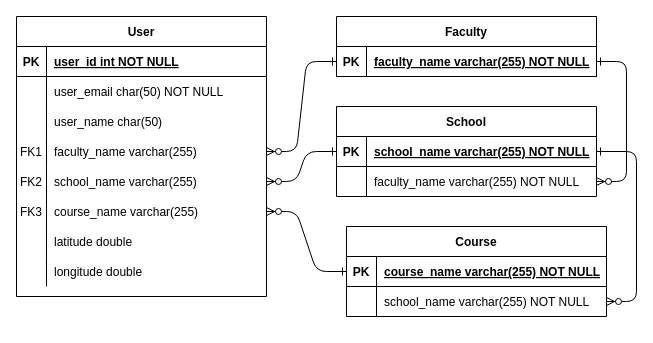
Before: page "Page-1" (1 of 2) of Graduation-Gathering/ERD.drawio in AdamMurray22/Graduation-Gathering, a draw.io diagram. Source tidied: cells renumbered, new cells numbered last; positions are measured from the earlier drawing's top-left corner, leaving out a move shared by most shapes. Both pictures are drawn from the tidied source at 100%, with x=0, y=0 at pixel (16, 16).
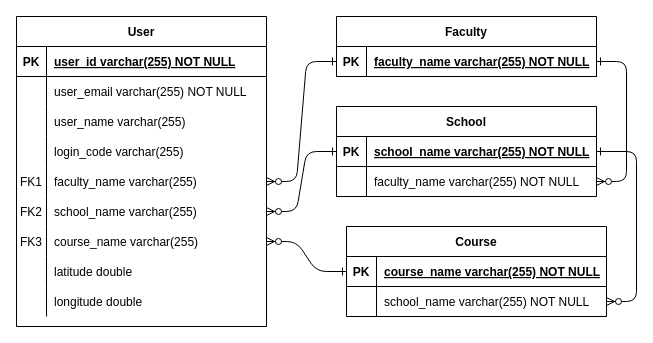
Above is the later version.

Unchanged cells that the change refers to:
```xml
<mxCell id="3" style="shape=partialRectangle;fillColor=none;top=0;left=0;right=0;bottom=1;" parent="2" vertex="1">
  <mxGeometry y="30" width="250" height="30" as="geometry" />
</mxCell>
<mxCell id="6" style="shape=partialRectangle;fillColor=none;top=0;left=0;right=0;bottom=0;" parent="2" vertex="1">
  <mxGeometry y="60" width="250" height="30" as="geometry" />
</mxCell>
<mxCell id="9" style="shape=partialRectangle;fillColor=none;top=0;left=0;right=0;bottom=0;" parent="2" vertex="1">
  <mxGeometry y="90" width="250" height="30" as="geometry" />
</mxCell>
```

Change to the diagram source:
```diff
@@
     <mxCell id="2" value="User" style="shape=table;startSize=30;childLayout=tableLayout;rowLines=0;fontStyle=1;align=center;" parent="1" vertex="1">
-      <mxGeometry width="250" height="280" as="geometry" />
+      <mxGeometry width="250" height="310" as="geometry" />
     </mxCell>
@@
-    <mxCell id="5" value="user_id int NOT NULL " style="shape=partialRectangle;overflow=hidden;fillColor=none;top=0;left=0;bottom=0;right=0;align=left;spacingLeft=6;fontStyle=5;" parent="3" vertex="1">
+    <mxCell id="5" value="user_id varchar(255) NOT NULL " style="shape=partialRectangle;overflow=hidden;fillColor=none;top=0;left=0;bottom=0;right=0;align=left;spacingLeft=6;fontStyle=5;" parent="3" vertex="1">
       <mxGeometry x="30" width="220" height="30" as="geometry" />
     </mxCell>
@@
-    <mxCell id="8" value="user_email char(50) NOT NULL" style="shape=partialRectangle;overflow=hidden;fillColor=none;top=0;left=0;bottom=0;right=0;align=left;spacingLeft=6;" parent="6" vertex="1">
+    <mxCell id="8" value="user_email varchar(255) NOT NULL" style="shape=partialRectangle;overflow=hidden;fillColor=none;top=0;left=0;bottom=0;right=0;align=left;spacingLeft=6;" parent="6" vertex="1">
       <mxGeometry x="30" width="220" height="30" as="geometry" />
     </mxCell>
@@
-    <mxCell id="11" value="user_name char(50)" style="shape=partialRectangle;overflow=hidden;fillColor=none;top=0;left=0;bottom=0;right=0;align=left;spacingLeft=6;" parent="9" vertex="1">
+    <mxCell id="11" value="user_name varchar(255)" style="shape=partialRectangle;overflow=hidden;fillColor=none;top=0;left=0;bottom=0;right=0;align=left;spacingLeft=6;" parent="9" vertex="1">
       <mxGeometry x="30" width="220" height="30" as="geometry" />
     </mxCell>
+    <mxCell id="53" style="shape=partialRectangle;fillColor=none;top=0;left=0;right=0;bottom=0;" parent="2" vertex="1">
+      <mxGeometry y="120" width="250" height="30" as="geometry" />
+    </mxCell>
+    <mxCell id="54" style="shape=partialRectangle;overflow=hidden;fillColor=none;top=0;left=0;bottom=0;right=0;" parent="53" vertex="1">
+      <mxGeometry width="30" height="30" as="geometry" />
+    </mxCell>
+    <mxCell id="55" value="login_code varchar(255)" style="shape=partialRectangle;overflow=hidden;fillColor=none;top=0;left=0;bottom=0;right=0;align=left;spacingLeft=6;" parent="53" vertex="1">
+      <mxGeometry x="30" width="220" height="30" as="geometry" />
+    </mxCell>
     <mxCell id="12" style="shape=partialRectangle;fillColor=none;top=0;left=0;right=0;bottom=0;" parent="2" vertex="1">
-      <mxGeometry y="120" width="250" height="30" as="geometry" />
+      <mxGeometry y="150" width="250" height="30" as="geometry" />
     </mxCell>
@@
     <mxCell id="15" style="shape=partialRectangle;fillColor=none;top=0;left=0;right=0;bottom=0;" parent="2" vertex="1">
-      <mxGeometry y="150" width="250" height="30" as="geometry" />
+      <mxGeometry y="180" width="250" height="30" as="geometry" />
     </mxCell>
@@
     <mxCell id="18" style="shape=partialRectangle;fillColor=none;top=0;left=0;right=0;bottom=0;" parent="2" vertex="1">
-      <mxGeometry y="180" width="250" height="30" as="geometry" />
+      <mxGeometry y="210" width="250" height="30" as="geometry" />
     </mxCell>
@@
     <mxCell id="21" style="shape=partialRectangle;fillColor=none;top=0;left=0;right=0;bottom=0;" parent="2" vertex="1">
-      <mxGeometry y="210" width="250" height="30" as="geometry" />
+      <mxGeometry y="240" width="250" height="30" as="geometry" />
     </mxCell>
@@
     <mxCell id="24" style="shape=partialRectangle;fillColor=none;top=0;left=0;right=0;bottom=0;" parent="2" vertex="1">
-      <mxGeometry y="240" width="250" height="30" as="geometry" />
+      <mxGeometry y="270" width="250" height="30" as="geometry" />
     </mxCell>
@@
     <mxCell id="31" value="FK1" style="shape=partialRectangle;overflow=hidden;fillColor=none;top=0;left=0;bottom=0;right=0;" parent="1" vertex="1">
-      <mxGeometry y="120" width="30" height="30" as="geometry" />
+      <mxGeometry y="150" width="30" height="30" as="geometry" />
     </mxCell>
@@
     <mxCell id="51" value="FK2" style="shape=partialRectangle;overflow=hidden;fillColor=none;top=0;left=0;bottom=0;right=0;" parent="1" vertex="1">
-      <mxGeometry y="150" width="30" height="30" as="geometry" />
+      <mxGeometry y="180" width="30" height="30" as="geometry" />
     </mxCell>
     <mxCell id="52" value="FK3" style="shape=partialRectangle;overflow=hidden;fillColor=none;top=0;left=0;bottom=0;right=0;" parent="1" vertex="1">
-      <mxGeometry y="180" width="30" height="30" as="geometry" />
+      <mxGeometry y="210" width="30" height="30" as="geometry" />
     </mxCell>
```
